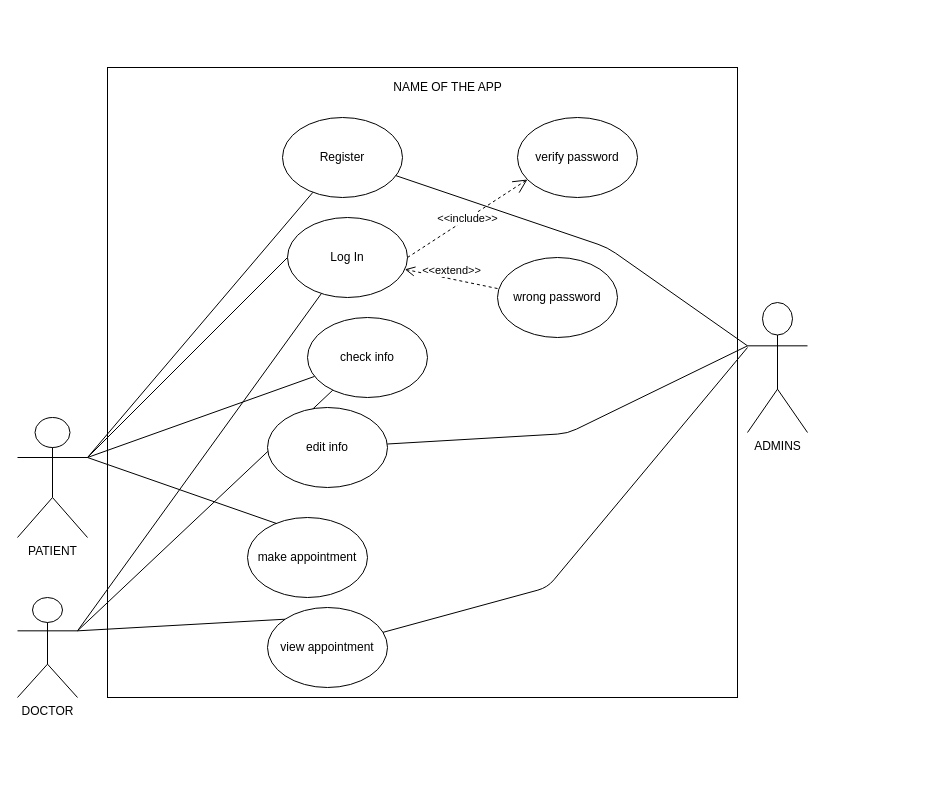
Before: Untitled Diagram.drawio in chendjou237/word-repo, a draw.io diagram. Source tidied: cells renumbered, new cells numbered last; positions are measured from the earlier drawing's top-left corner, leaving out a move shared by most shapes. Both pictures are drawn from the tidied source at 100%, with x=0, y=0 at pixel (17, 67).
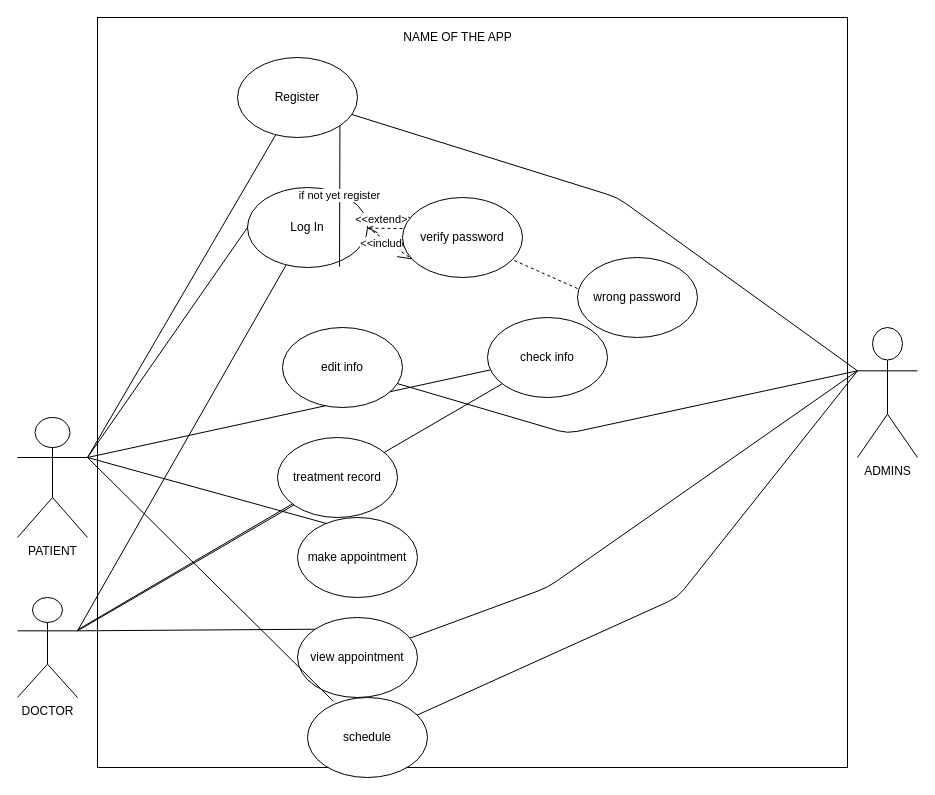
The same page after the edit.

The change refers to these unchanged cells:
```xml
<mxCell id="4" value="PATIENT" style="shape=umlActor;verticalLabelPosition=bottom;verticalAlign=top;html=1;" parent="1" vertex="1">
  <mxGeometry y="350" width="70" height="120" as="geometry" />
</mxCell>
<mxCell id="5" value="DOCTOR" style="shape=umlActor;verticalLabelPosition=bottom;verticalAlign=top;html=1;" parent="1" vertex="1">
  <mxGeometry y="530" width="60" height="100" as="geometry" />
</mxCell>
```

Diff of the diagram source:
```diff
@@
-    <mxCell id="2" value="&lt;p align=&quot;center&quot;&gt;&lt;br&gt;&lt;/p&gt;" style="whiteSpace=wrap;html=1;align=center;" parent="1" vertex="1">
-      <mxGeometry x="90" width="630" height="630" as="geometry" />
+    <mxCell id="2" value="&lt;p align=&quot;center&quot;&gt;&lt;br&gt;&lt;/p&gt;" style="whiteSpace=wrap;html=1;align=center;imageHeight=30;" parent="1" vertex="1">
+      <mxGeometry x="80" y="-50" width="750" height="750" as="geometry" />
     </mxCell>
     <mxCell id="3" value="NAME OF THE APP" style="text;html=1;align=center;verticalAlign=middle;strokeColor=none;" parent="1" vertex="1">
-      <mxGeometry x="370" y="10" width="120" height="20" as="geometry" />
+      <mxGeometry x="380" y="-40" width="120" height="20" as="geometry" />
     </mxCell>
@@
     <mxCell id="6" value="ADMINS" style="shape=umlActor;verticalLabelPosition=bottom;verticalAlign=top;html=1;direction=east;" parent="1" vertex="1">
-      <mxGeometry x="730" y="235" width="60" height="130" as="geometry" />
+      <mxGeometry x="840" y="260" width="60" height="130" as="geometry" />
     </mxCell>
     <mxCell id="7" value="Log In" style="ellipse;whiteSpace=wrap;html=1;" parent="1" vertex="1">
-      <mxGeometry x="270" y="150" width="120" height="80" as="geometry" />
+      <mxGeometry x="230" y="120" width="120" height="80" as="geometry" />
     </mxCell>
     <mxCell id="8" value="Register" style="ellipse;whiteSpace=wrap;html=1;" parent="1" vertex="1">
-      <mxGeometry x="265" y="50" width="120" height="80" as="geometry" />
+      <mxGeometry x="220" y="-10" width="120" height="80" as="geometry" />
     </mxCell>
     <mxCell id="9" value="make appointment" style="ellipse;whiteSpace=wrap;html=1;" parent="1" vertex="1">
-      <mxGeometry x="230" y="450" width="120" height="80" as="geometry" />
+      <mxGeometry x="280" y="450" width="120" height="80" as="geometry" />
     </mxCell>
@@
     <mxCell id="15" value="view appointment" style="ellipse;whiteSpace=wrap;html=1;" parent="1" vertex="1">
-      <mxGeometry x="250" y="540" width="120" height="80" as="geometry" />
+      <mxGeometry x="280" y="550" width="120" height="80" as="geometry" />
     </mxCell>
@@
     <mxCell id="18" value="check info" style="ellipse;whiteSpace=wrap;html=1;" parent="1" vertex="1">
-      <mxGeometry x="290" y="250" width="120" height="80" as="geometry" />
+      <mxGeometry x="470" y="250" width="120" height="80" as="geometry" />
     </mxCell>
     <mxCell id="19" style="endArrow=none;html=1;entryX=0;entryY=0.3333333333333333;entryDx=0;entryDy=0;entryPerimeter=0;" parent="1" edge="1" source="8" target="6">
       <mxGeometry relative="1" as="geometry">
         <Array as="points">
-          <mxPoint x="590" y="180" />
+          <mxPoint x="600" y="130" />
         </Array>
       </mxGeometry>
     </mxCell>
     <mxCell id="20" value="edit info" style="ellipse;whiteSpace=wrap;html=1;" parent="1" vertex="1">
-      <mxGeometry x="250" y="340" width="120" height="80" as="geometry" />
+      <mxGeometry x="265" y="260" width="120" height="80" as="geometry" />
     </mxCell>
     <mxCell id="21" value="wrong password" style="ellipse;whiteSpace=wrap;html=1;" parent="1" vertex="1">
-      <mxGeometry x="480" y="190" width="120" height="80" as="geometry" />
+      <mxGeometry x="560" y="190" width="120" height="80" as="geometry" />
     </mxCell>
-    <mxCell id="22" value="verify password" style="ellipse;whiteSpace=wrap;html=1;" parent="1" vertex="1">
-      <mxGeometry x="500" y="50" width="120" height="80" as="geometry" />
-    </mxCell>
@@
-    <mxCell id="24" value="&amp;lt;&amp;lt;extend&amp;gt;&amp;gt;" style="html=1;verticalAlign=bottom;endArrow=open;dashed=1;endSize=8;exitX=0;exitY=0.388;exitDx=0;exitDy=0;exitPerimeter=0;" parent="1" edge="1" source="21" target="7">
+    <mxCell id="24" value="&amp;lt;&amp;lt;extend&amp;gt;&amp;gt;" style="html=1;verticalAlign=bottom;endArrow=open;dashed=1;endSize=8;exitX=0;exitY=0.388;exitDx=0;exitDy=0;exitPerimeter=0;startArrow=none;" parent="1" edge="1" source="22" target="7">
       <mxGeometry relative="1" as="geometry" />
     </mxCell>
@@
-    <mxCell id="26" style="endArrow=none;html=1;" parent="1" edge="1" source="15">
+    <mxCell id="26" style="endArrow=none;html=1;entryX=0;entryY=0.3333333333333333;entryDx=0;entryDy=0;entryPerimeter=0;" parent="1" edge="1" source="15" target="6">
       <mxGeometry relative="1" as="geometry">
-        <mxPoint x="730" y="280" as="targetPoint" />
         <Array as="points">
           <mxPoint x="530" y="520" />
         </Array>
       </mxGeometry>
     </mxCell>
+    <mxCell id="27" value="treatment record" style="ellipse;whiteSpace=wrap;html=1;" parent="1" vertex="1">
+      <mxGeometry x="260" y="370" width="120" height="80" as="geometry" />
+    </mxCell>
+    <mxCell id="28" style="endArrow=none;html=1;" parent="1" edge="1" source="5" target="27">
+      <mxGeometry relative="1" as="geometry" />
+    </mxCell>
+    <mxCell id="29" value="schedule" style="ellipse;whiteSpace=wrap;html=1;" parent="1" vertex="1">
+      <mxGeometry x="290" y="630" width="120" height="80" as="geometry" />
+    </mxCell>
+    <mxCell id="22" value="verify password" style="ellipse;whiteSpace=wrap;html=1;" parent="1" vertex="1">
+      <mxGeometry x="385" y="130" width="120" height="80" as="geometry" />
+    </mxCell>
+    <mxCell id="30" style="html=1;verticalAlign=bottom;endArrow=none;dashed=1;endSize=8;exitX=0;exitY=0.388;exitDx=0;exitDy=0;exitPerimeter=0;" parent="1" edge="1" source="21" target="22">
+      <mxGeometry relative="1" as="geometry" />
+    </mxCell>
+    <mxCell id="31" style="endArrow=none;html=1;exitX=0.217;exitY=0.05;exitDx=0;exitDy=0;exitPerimeter=0;entryX=1;entryY=0.3333333333333333;entryDx=0;entryDy=0;entryPerimeter=0;" parent="1" edge="1" source="29" target="4">
+      <mxGeometry relative="1" as="geometry" />
+    </mxCell>
+    <mxCell id="32" style="endArrow=none;html=1;entryX=0;entryY=0.3333333333333333;entryDx=0;entryDy=0;entryPerimeter=0;" parent="1" edge="1" source="29" target="6">
+      <mxGeometry relative="1" as="geometry">
+        <Array as="points">
+          <mxPoint x="660" y="530" />
+        </Array>
+      </mxGeometry>
+    </mxCell>
+    <mxCell id="33" value="if not yet register" style="endArrow=none;html=1;exitX=1;exitY=1;exitDx=0;exitDy=0;entryX=0.767;entryY=0.988;entryDx=0;entryDy=0;entryPerimeter=0;" parent="1" edge="1" source="8" target="7">
+      <mxGeometry relative="1" as="geometry" />
+    </mxCell>
```
